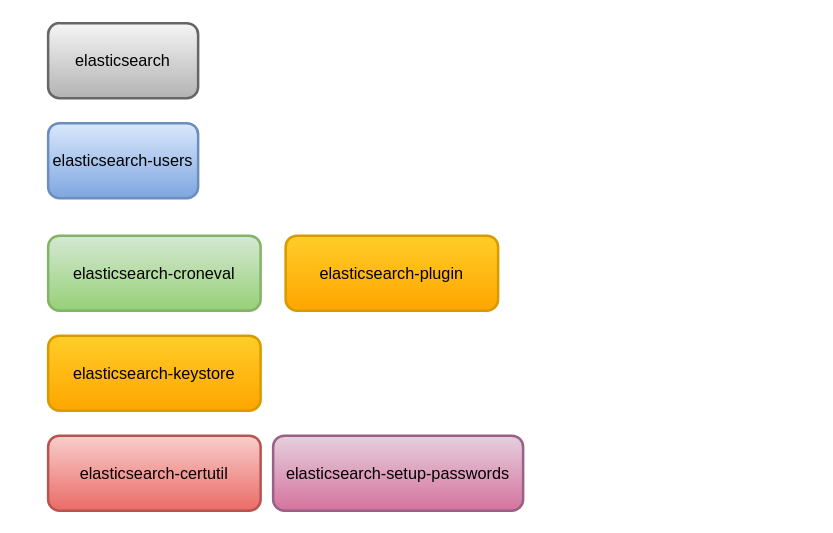
The draw.io diagram page "ES- Commandline" (2 of 9) of My Articles/elastic stack/Elastic Search Understanding.drawio in paramothers/books, before the edit. Source tidied: cells renumbered, new cells numbered last; positions are measured from the earlier drawing's top-left corner, leaving out a move shared by most shapes. Both pictures are drawn from the tidied source at 125%, with x=0, y=0 at pixel (48, 22).
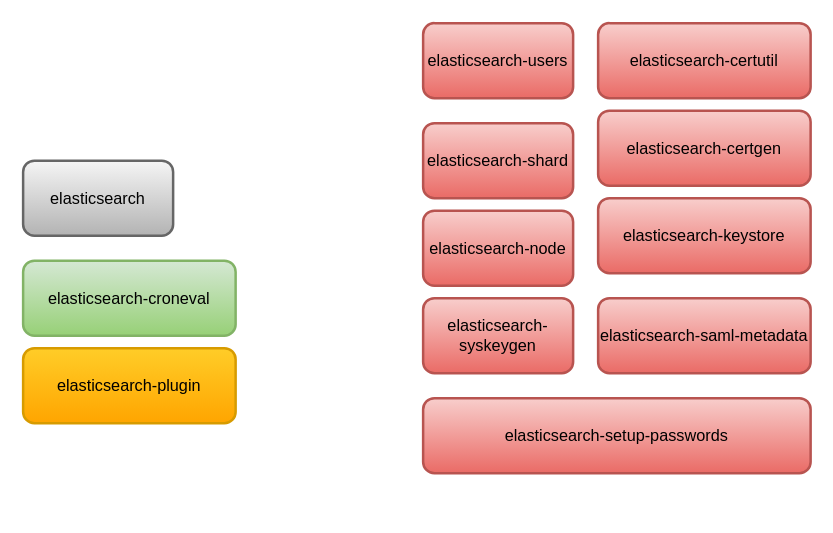
Above is the later version.

The edit, as a diff of the source:
```diff
@@
 <mxGraphModel>
   <root>
     <mxCell id="0" />
     <mxCell id="1" parent="0" />
     <mxCell id="2" value="elasticsearch" style="rounded=1;whiteSpace=wrap;html=1;strokeColor=#666666;strokeWidth=2;fontSize=13;align=center;gradientColor=#b3b3b3;fillColor=#f5f5f5;" parent="1" vertex="1">
-      <mxGeometry width="120" height="60" as="geometry" />
+      <mxGeometry x="-20" y="110" width="120" height="60" as="geometry" />
     </mxCell>
-    <mxCell id="3" value="elasticsearch-users" style="rounded=1;whiteSpace=wrap;html=1;strokeColor=#6c8ebf;strokeWidth=2;fontSize=13;align=center;gradientColor=#7ea6e0;fillColor=#dae8fc;" parent="1" vertex="1">
-      <mxGeometry y="80" width="120" height="60" as="geometry" />
+    <mxCell id="3" value="elasticsearch-users" style="rounded=1;whiteSpace=wrap;html=1;strokeColor=#b85450;strokeWidth=2;fontSize=13;align=center;gradientColor=#ea6b66;fillColor=#f8cecc;" parent="1" vertex="1">
+      <mxGeometry x="300" width="120" height="60" as="geometry" />
     </mxCell>
     <mxCell id="4" value="elasticsearch-croneval" style="rounded=1;whiteSpace=wrap;html=1;strokeColor=#82b366;strokeWidth=2;fontSize=13;align=center;gradientColor=#97d077;fillColor=#d5e8d4;" parent="1" vertex="1">
-      <mxGeometry y="170" width="170" height="60" as="geometry" />
+      <mxGeometry x="-20" y="190" width="170" height="60" as="geometry" />
     </mxCell>
-    <mxCell id="5" value="elasticsearch-keystore" style="rounded=1;whiteSpace=wrap;html=1;strokeColor=#d79b00;strokeWidth=2;fontSize=13;align=center;gradientColor=#ffa500;fillColor=#ffcd28;" parent="1" vertex="1">
-      <mxGeometry y="250" width="170" height="60" as="geometry" />
+    <mxCell id="5" value="elasticsearch-keystore" style="rounded=1;whiteSpace=wrap;html=1;strokeColor=#b85450;strokeWidth=2;fontSize=13;align=center;gradientColor=#ea6b66;fillColor=#f8cecc;" parent="1" vertex="1">
+      <mxGeometry x="440" y="140" width="170" height="60" as="geometry" />
     </mxCell>
     <mxCell id="6" value="elasticsearch-certutil" style="rounded=1;whiteSpace=wrap;html=1;strokeColor=#b85450;strokeWidth=2;fontSize=13;align=center;gradientColor=#ea6b66;fillColor=#f8cecc;" parent="1" vertex="1">
-      <mxGeometry y="330" width="170" height="60" as="geometry" />
+      <mxGeometry x="440" width="170" height="60" as="geometry" />
     </mxCell>
-    <mxCell id="7" value="elasticsearch-setup-passwords" style="rounded=1;whiteSpace=wrap;html=1;strokeColor=#996185;strokeWidth=2;fontSize=13;align=center;gradientColor=#d5739d;fillColor=#e6d0de;" parent="1" vertex="1">
-      <mxGeometry x="180" y="330" width="200" height="60" as="geometry" />
+    <mxCell id="7" value="elasticsearch-setup-passwords" style="rounded=1;whiteSpace=wrap;html=1;strokeColor=#b85450;strokeWidth=2;fontSize=13;align=center;gradientColor=#ea6b66;fillColor=#f8cecc;" parent="1" vertex="1">
+      <mxGeometry x="300" y="300" width="310" height="60" as="geometry" />
     </mxCell>
     <mxCell id="8" value="elasticsearch-plugin" style="rounded=1;whiteSpace=wrap;html=1;strokeColor=#d79b00;strokeWidth=2;fontSize=13;align=center;gradientColor=#ffa500;fillColor=#ffcd28;" parent="1" vertex="1">
-      <mxGeometry x="190" y="170" width="170" height="60" as="geometry" />
+      <mxGeometry x="-20" y="260" width="170" height="60" as="geometry" />
     </mxCell>
+    <mxCell id="9" value="elasticsearch-certgen" style="rounded=1;whiteSpace=wrap;html=1;strokeColor=#b85450;strokeWidth=2;fontSize=13;align=center;gradientColor=#ea6b66;fillColor=#f8cecc;" parent="1" vertex="1">
+      <mxGeometry x="440" y="70" width="170" height="60" as="geometry" />
+    </mxCell>
+    <mxCell id="10" value="elasticsearch-saml-metadata" style="rounded=1;whiteSpace=wrap;html=1;strokeColor=#b85450;strokeWidth=2;fontSize=13;align=center;gradientColor=#ea6b66;fillColor=#f8cecc;" parent="1" vertex="1">
+      <mxGeometry x="440" y="220" width="170" height="60" as="geometry" />
+    </mxCell>
+    <mxCell id="11" value="elasticsearch-shard" style="rounded=1;whiteSpace=wrap;html=1;strokeColor=#b85450;strokeWidth=2;fontSize=13;align=center;gradientColor=#ea6b66;fillColor=#f8cecc;" parent="1" vertex="1">
+      <mxGeometry x="300" y="80" width="120" height="60" as="geometry" />
+    </mxCell>
+    <mxCell id="12" value="elasticsearch-node" style="rounded=1;whiteSpace=wrap;html=1;strokeColor=#b85450;strokeWidth=2;fontSize=13;align=center;gradientColor=#ea6b66;fillColor=#f8cecc;" parent="1" vertex="1">
+      <mxGeometry x="300" y="150" width="120" height="60" as="geometry" />
+    </mxCell>
+    <mxCell id="13" value="elasticsearch-syskeygen" style="rounded=1;whiteSpace=wrap;html=1;strokeColor=#b85450;strokeWidth=2;fontSize=13;align=center;gradientColor=#ea6b66;fillColor=#f8cecc;" parent="1" vertex="1">
+      <mxGeometry x="300" y="220" width="120" height="60" as="geometry" />
+    </mxCell>
   </root>
 </mxGraphModel>
```
